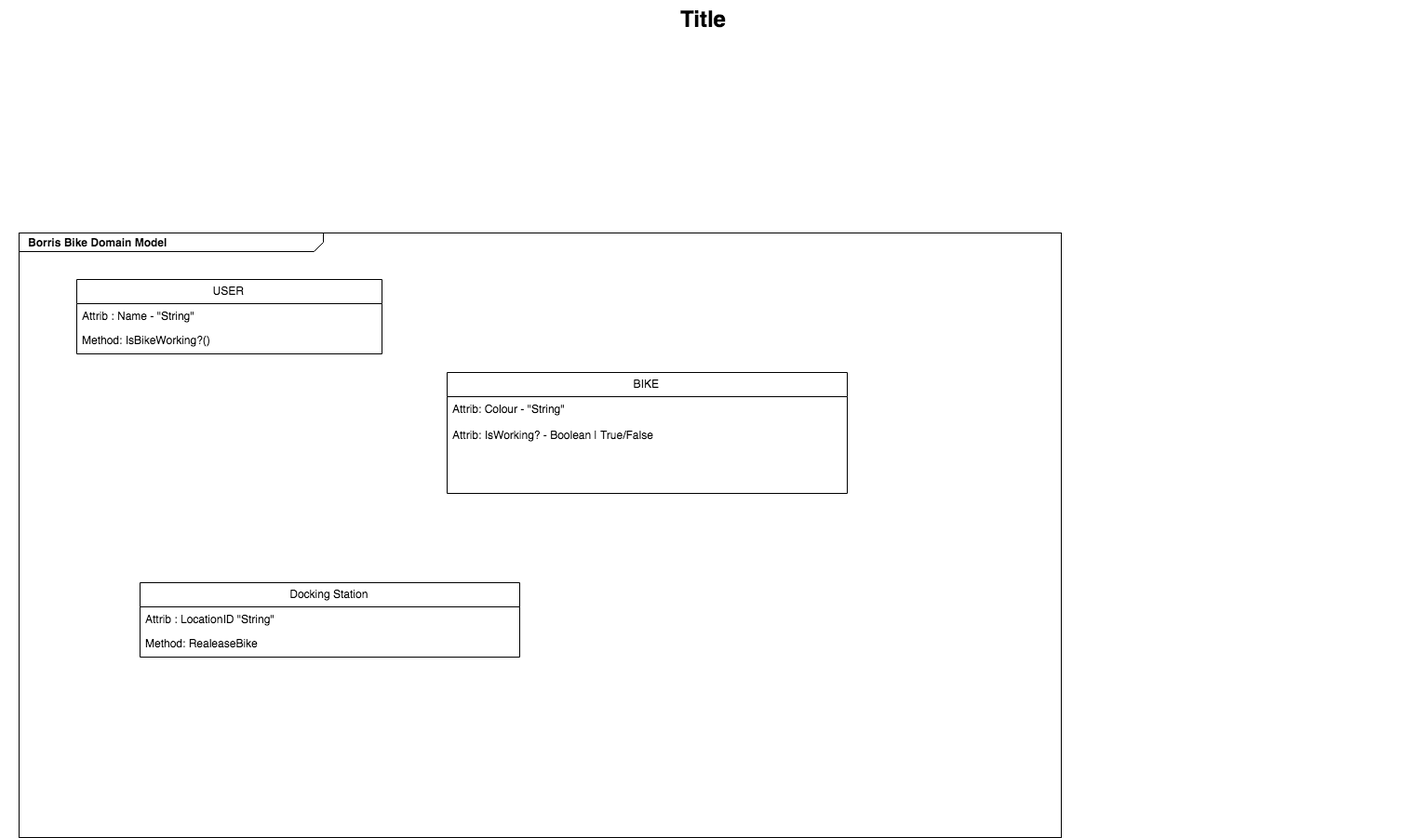
This is BorisBikeDomainModel.png from jamalspringer/boris-bikes, a draw.io export, as it was before one commit. Source tidied: cells renumbered, new cells last; positions are measured from the earlier drawing's top-left corner, leaving out a move shared by most shapes. Its diagram source:
```xml
<mxGraphModel>
  <root>
    <mxCell id="0" style="html=1;" />
    <mxCell id="1" style="html=1;" parent="0" />
    <mxCell id="2" value="&lt;p style=&quot;margin: 0px ; margin-top: 4px ; margin-left: 10px ; text-align: left&quot;&gt;&lt;b&gt;Borris Bike Domain Model&lt;/b&gt;&lt;/p&gt;" style="html=1;strokeWidth=1;shape=mxgraph.sysml.package;html=1;overflow=fill;whiteSpace=wrap;fillColor=none;gradientColor=none;fontSize=12;align=center;labelX=327.64;" parent="1" vertex="1">
      <mxGeometry x="20" y="250" width="1120" height="650" as="geometry" />
    </mxCell>
    <mxCell id="3" value="Title" style="text;strokeColor=none;fillColor=none;html=1;fontSize=24;fontStyle=1;verticalAlign=middle;align=center;" parent="1" vertex="1">
      <mxGeometry width="1510" height="40" as="geometry" />
    </mxCell>
    <mxCell id="4" value="USER" style="swimlane;fontStyle=0;horizontal=1;startSize=26;fillColor=none;" parent="1" vertex="1">
      <mxGeometry x="82" y="300" width="328" height="80" as="geometry" />
    </mxCell>
    <mxCell id="5" value="Attrib : Name - &quot;String&quot;" style="text;strokeColor=none;fillColor=none;align=left;verticalAlign=top;spacingLeft=4;spacingRight=4;overflow=hidden;" parent="4" vertex="1">
      <mxGeometry y="26" width="328" height="26" as="geometry" />
    </mxCell>
    <mxCell id="6" value="Method: IsBikeWorking?()" style="text;strokeColor=none;fillColor=none;align=left;verticalAlign=top;spacingLeft=4;spacingRight=4;overflow=hidden;" parent="4" vertex="1">
      <mxGeometry y="52" width="328" height="28" as="geometry" />
    </mxCell>
    <mxCell id="7" value="BIKE" style="swimlane;fontStyle=0;horizontal=1;startSize=26;fillColor=none;" parent="1" vertex="1">
      <mxGeometry x="480" y="400" width="430" height="130" as="geometry" />
    </mxCell>
    <mxCell id="8" value="Attrib: Colour - &quot;String&quot;&#10;&#10;Attrib: IsWorking? - Boolean | True/False" style="text;strokeColor=none;fillColor=none;align=left;verticalAlign=top;spacingLeft=4;spacingRight=4;overflow=hidden;" parent="7" vertex="1">
      <mxGeometry y="26" width="430" height="104" as="geometry" />
    </mxCell>
    <mxCell id="9" value="Docking Station" style="swimlane;fontStyle=0;horizontal=1;startSize=26;fillColor=none;" parent="1" vertex="1">
      <mxGeometry x="150" y="626" width="408" height="80" as="geometry" />
    </mxCell>
    <mxCell id="10" value="Attrib : LocationID &quot;String&quot;" style="text;strokeColor=none;fillColor=none;align=left;verticalAlign=top;spacingLeft=4;spacingRight=4;overflow=hidden;" parent="9" vertex="1">
      <mxGeometry y="26" width="408" height="26" as="geometry" />
    </mxCell>
    <mxCell id="11" value="Method: RealeaseBike" style="text;strokeColor=none;fillColor=none;align=left;verticalAlign=top;spacingLeft=4;spacingRight=4;overflow=hidden;" parent="9" vertex="1">
      <mxGeometry y="52" width="408" height="28" as="geometry" />
    </mxCell>
  </root>
</mxGraphModel>
```
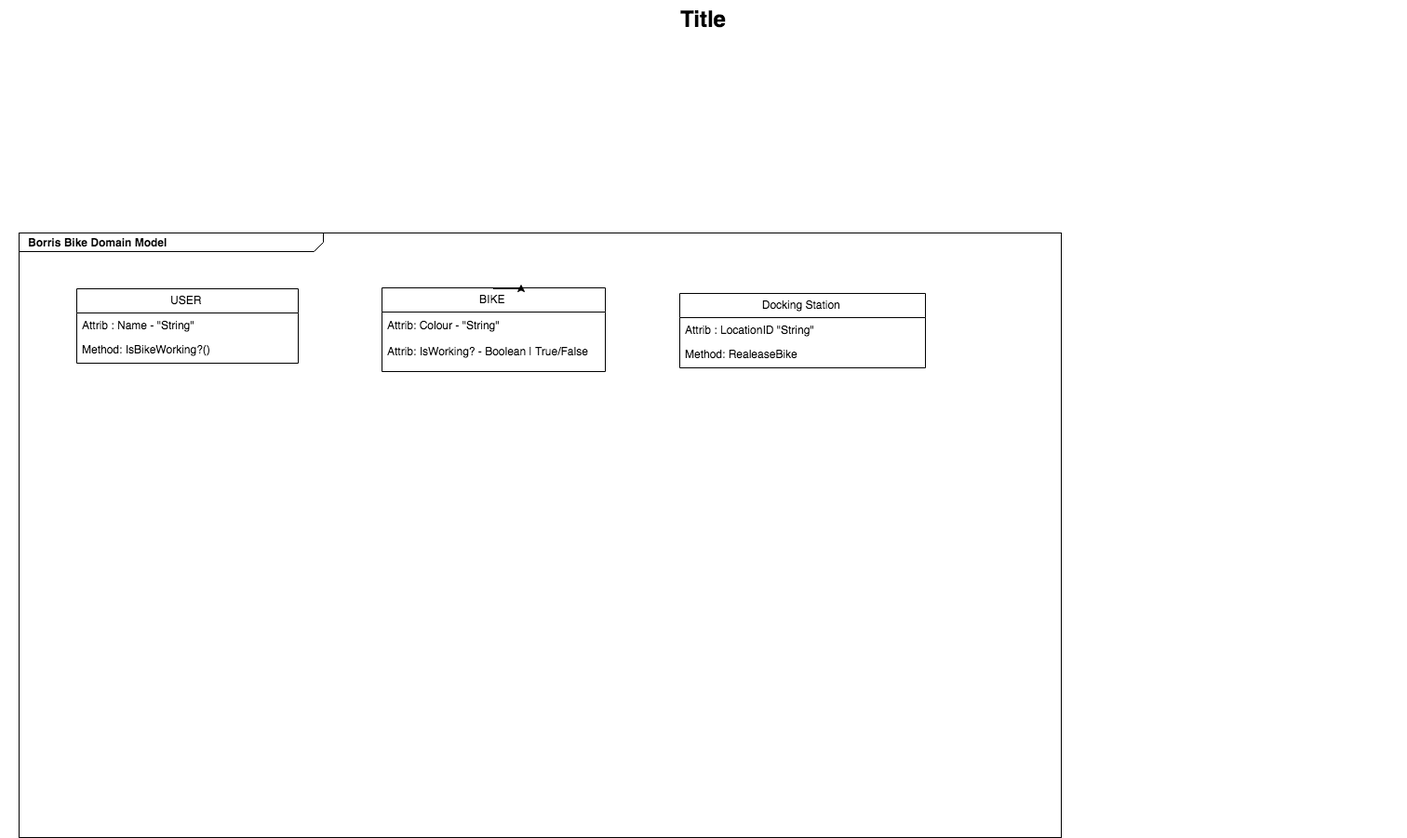
The same diagram one commit later.

Commit message:
updated Boris Bike domain model

Diff of the diagram source:
```diff
@@ -9,28 +9,31 @@
       <mxGeometry width="1510" height="40" as="geometry" />
     </mxCell>
     <mxCell id="4" value="USER" style="swimlane;fontStyle=0;horizontal=1;startSize=26;fillColor=none;" parent="1" vertex="1">
-      <mxGeometry x="82" y="300" width="328" height="80" as="geometry" />
+      <mxGeometry x="82" y="310" width="238" height="80" as="geometry" />
     </mxCell>
     <mxCell id="5" value="Attrib : Name - &quot;String&quot;" style="text;strokeColor=none;fillColor=none;align=left;verticalAlign=top;spacingLeft=4;spacingRight=4;overflow=hidden;" parent="4" vertex="1">
-      <mxGeometry y="26" width="328" height="26" as="geometry" />
+      <mxGeometry y="26" width="238" height="26" as="geometry" />
     </mxCell>
     <mxCell id="6" value="Method: IsBikeWorking?()" style="text;strokeColor=none;fillColor=none;align=left;verticalAlign=top;spacingLeft=4;spacingRight=4;overflow=hidden;" parent="4" vertex="1">
-      <mxGeometry y="52" width="328" height="28" as="geometry" />
+      <mxGeometry y="52" width="238" height="28" as="geometry" />
     </mxCell>
     <mxCell id="7" value="BIKE" style="swimlane;fontStyle=0;horizontal=1;startSize=26;fillColor=none;" parent="1" vertex="1">
-      <mxGeometry x="480" y="400" width="430" height="130" as="geometry" />
+      <mxGeometry x="410" y="309" width="240" height="90" as="geometry" />
     </mxCell>
-    <mxCell id="8" value="Attrib: Colour - &quot;String&quot;&#10;&#10;Attrib: IsWorking? - Boolean | True/False" style="text;strokeColor=none;fillColor=none;align=left;verticalAlign=top;spacingLeft=4;spacingRight=4;overflow=hidden;" parent="7" vertex="1">
-      <mxGeometry y="26" width="430" height="104" as="geometry" />
-    </mxCell>
     <mxCell id="9" value="Docking Station" style="swimlane;fontStyle=0;horizontal=1;startSize=26;fillColor=none;" parent="1" vertex="1">
-      <mxGeometry x="150" y="626" width="408" height="80" as="geometry" />
+      <mxGeometry x="730" y="315" width="264" height="80" as="geometry" />
     </mxCell>
     <mxCell id="10" value="Attrib : LocationID &quot;String&quot;" style="text;strokeColor=none;fillColor=none;align=left;verticalAlign=top;spacingLeft=4;spacingRight=4;overflow=hidden;" parent="9" vertex="1">
-      <mxGeometry y="26" width="408" height="26" as="geometry" />
+      <mxGeometry y="26" width="264" height="26" as="geometry" />
     </mxCell>
     <mxCell id="11" value="Method: RealeaseBike" style="text;strokeColor=none;fillColor=none;align=left;verticalAlign=top;spacingLeft=4;spacingRight=4;overflow=hidden;" parent="9" vertex="1">
-      <mxGeometry y="52" width="408" height="28" as="geometry" />
+      <mxGeometry y="52" width="264" height="28" as="geometry" />
     </mxCell>
+    <mxCell id="8" value="Attrib: Colour - &quot;String&quot;&#10;&#10;Attrib: IsWorking? - Boolean | True/False" style="text;strokeColor=none;fillColor=none;align=left;verticalAlign=top;spacingLeft=4;spacingRight=4;overflow=hidden;" parent="1" vertex="1">
+      <mxGeometry x="410" y="336" width="240" height="64" as="geometry" />
+    </mxCell>
+    <mxCell id="12" style="edgeStyle=orthogonalEdgeStyle;rounded=0;orthogonalLoop=1;jettySize=auto;html=1;exitX=0.5;exitY=0;exitDx=0;exitDy=0;entryX=0.623;entryY=-0.056;entryDx=0;entryDy=0;entryPerimeter=0;" parent="1" edge="1" source="7" target="7">
+      <mxGeometry relative="1" as="geometry" />
+    </mxCell>
   </root>
 </mxGraphModel>
```
